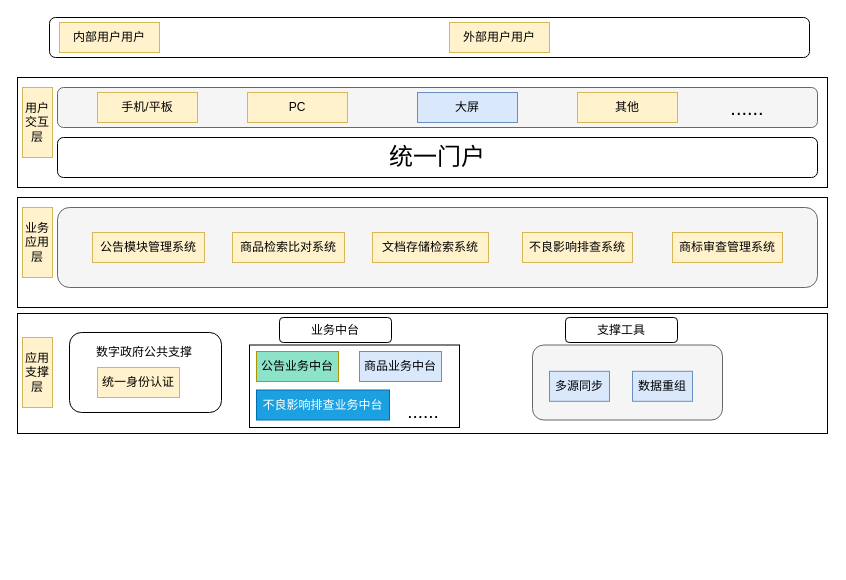
MarchAwake/design-graph keeps this draw.io diagram as 总体架构设计.drawio. Above is the earlier version. Source tidied: cells renumbered, new cells numbered last; positions are measured from the earlier drawing's top-left corner, leaving out a move shared by most shapes. Both pictures are drawn from the tidied source at 100%, with x=0, y=0 at pixel (17, 17).
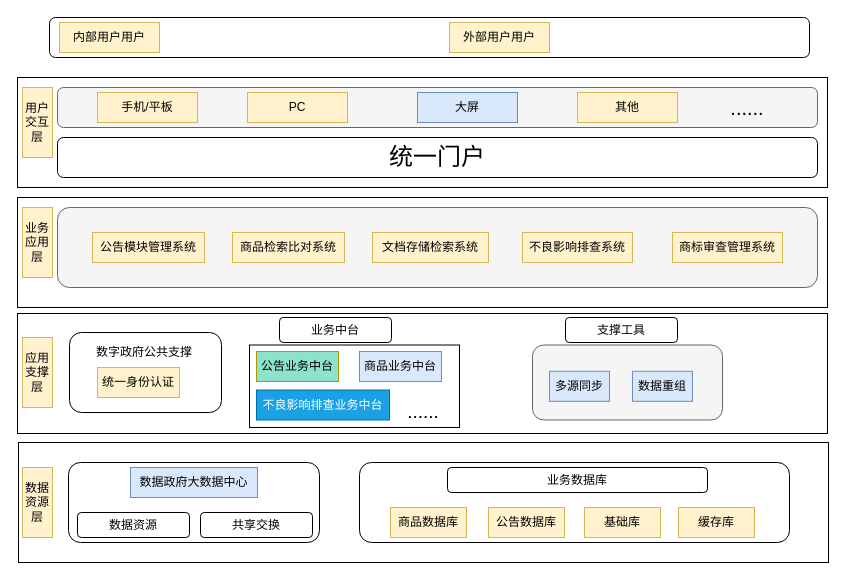
The same diagram, later.

Commit message (it also covers changes not shown here):
更新总体架构设计.drawio

What changed in the source:
```diff
@@
+    <mxCell id="37" style="rounded=0;whiteSpace=wrap;html=1;" parent="1" vertex="1">
+      <mxGeometry x="1" y="425" width="810" height="120" as="geometry" />
+    </mxCell>
+    <mxCell id="38" value="数据资源层" style="text;html=1;strokeColor=#d6b656;fillColor=#fff2cc;align=center;verticalAlign=middle;whiteSpace=wrap;rounded=0;" parent="1" vertex="1">
+      <mxGeometry x="5" y="450" width="30" height="70" as="geometry" />
+    </mxCell>
+    <mxCell id="39" style="rounded=1;whiteSpace=wrap;html=1;" parent="1" vertex="1">
+      <mxGeometry x="51" y="445" width="251" height="80" as="geometry" />
+    </mxCell>
+    <mxCell id="40" value="数据政府大数据中心" style="text;html=1;strokeColor=#6c8ebf;fillColor=#dae8fc;align=center;verticalAlign=middle;whiteSpace=wrap;rounded=0;" parent="1" vertex="1">
+      <mxGeometry x="113" y="450" width="127" height="30" as="geometry" />
+    </mxCell>
+    <mxCell id="41" value="数据资源" style="rounded=1;whiteSpace=wrap;html=1;" parent="1" vertex="1">
+      <mxGeometry x="60" y="495" width="112" height="25" as="geometry" />
+    </mxCell>
+    <mxCell id="42" value="共享交换" style="rounded=1;whiteSpace=wrap;html=1;" parent="1" vertex="1">
+      <mxGeometry x="183" y="495" width="112" height="25" as="geometry" />
+    </mxCell>
+    <mxCell id="43" style="rounded=1;whiteSpace=wrap;html=1;" parent="1" vertex="1">
+      <mxGeometry x="342" y="445" width="430" height="80" as="geometry" />
+    </mxCell>
+    <mxCell id="44" value="业务数据库" style="rounded=1;whiteSpace=wrap;html=1;" parent="1" vertex="1">
+      <mxGeometry x="430" y="450" width="260" height="25" as="geometry" />
+    </mxCell>
+    <mxCell id="45" value="商品数据库" style="text;html=1;strokeColor=#d6b656;fillColor=#fff2cc;align=center;verticalAlign=middle;whiteSpace=wrap;rounded=0;" parent="1" vertex="1">
+      <mxGeometry x="373" y="490" width="76" height="30" as="geometry" />
+    </mxCell>
+    <mxCell id="46" value="公告数据库" style="text;html=1;strokeColor=#d6b656;fillColor=#fff2cc;align=center;verticalAlign=middle;whiteSpace=wrap;rounded=0;" parent="1" vertex="1">
+      <mxGeometry x="471" y="490" width="76" height="30" as="geometry" />
+    </mxCell>
+    <mxCell id="47" value="基础库" style="text;html=1;strokeColor=#d6b656;fillColor=#fff2cc;align=center;verticalAlign=middle;whiteSpace=wrap;rounded=0;" parent="1" vertex="1">
+      <mxGeometry x="567" y="490" width="76" height="30" as="geometry" />
+    </mxCell>
+    <mxCell id="48" value="缓存库" style="text;html=1;strokeColor=#d6b656;fillColor=#fff2cc;align=center;verticalAlign=middle;whiteSpace=wrap;rounded=0;" parent="1" vertex="1">
+      <mxGeometry x="661" y="490" width="76" height="30" as="geometry" />
+    </mxCell>
```
